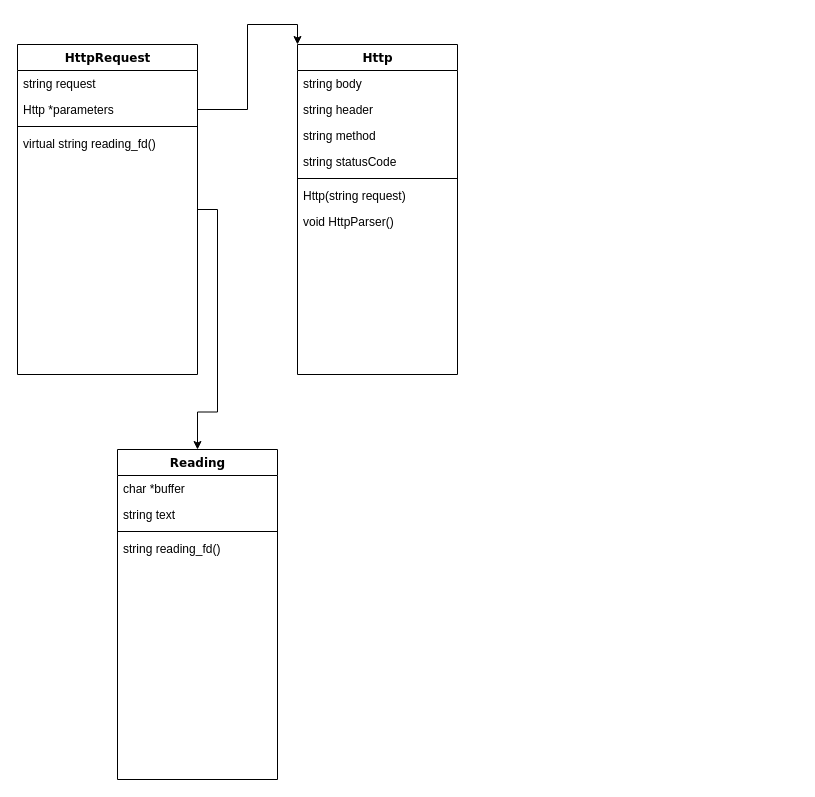
Above: Diagrama sem nome.drawio in Alef-gabriel/DataTest (draw.io), before the change. Source tidied: cells renumbered, new cells numbered last; positions are measured from the earlier drawing's top-left corner, leaving out a move shared by most shapes. Both pictures are drawn from the tidied source at 100%, with x=0, y=0 at pixel (17, 44).
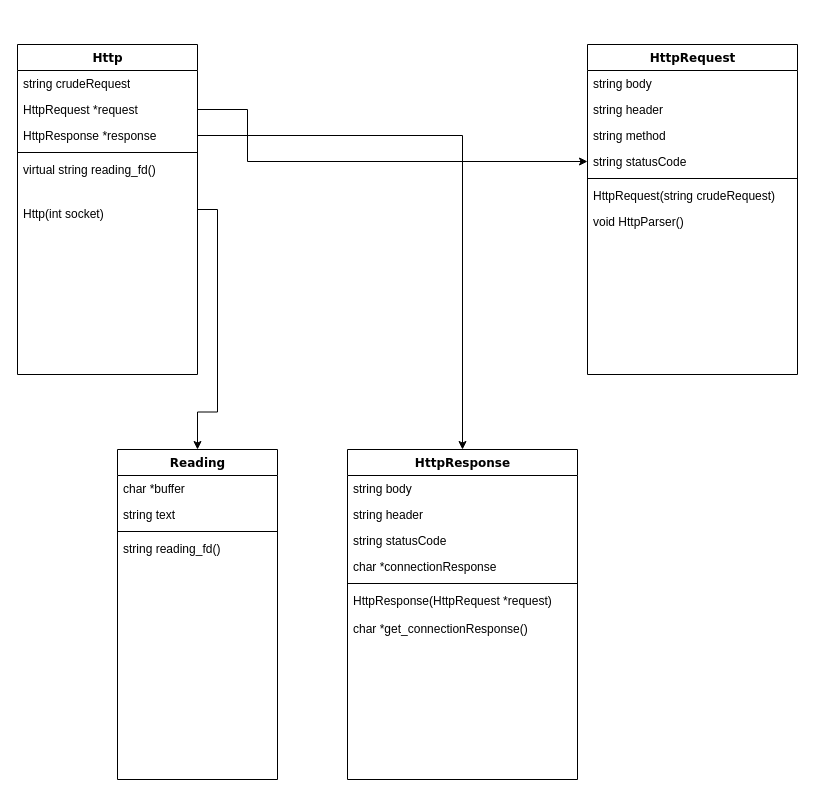
The same page after the edit.

Change to the diagram source:
```diff
@@
-    <mxCell id="3" value="HttpRequest" style="swimlane;html=1;fontStyle=1;align=center;verticalAlign=top;horizontal=1;startSize=26;swimlaneFillColor=#ffffff;rounded=0;shadow=0;comic=0;labelBackgroundColor=none;strokeWidth=1;fillColor=none;fontFamily=Verdana;fontSize=12;" parent="1" vertex="1">
+    <mxCell id="3" value="Http" style="swimlane;html=1;fontStyle=1;align=center;verticalAlign=top;horizontal=1;startSize=26;swimlaneFillColor=#ffffff;rounded=0;shadow=0;comic=0;labelBackgroundColor=none;strokeWidth=1;fillColor=none;fontFamily=Verdana;fontSize=12;" parent="1" vertex="1">
       <mxGeometry width="180" height="330" as="geometry" />
     </mxCell>
-    <mxCell id="4" value="string request" style="text;html=1;strokeColor=none;fillColor=none;align=left;verticalAlign=top;spacingLeft=4;spacingRight=4;whiteSpace=wrap;overflow=hidden;" parent="3" vertex="1">
+    <mxCell id="4" value="string&amp;nbsp;crudeRequest" style="text;html=1;strokeColor=none;fillColor=none;align=left;verticalAlign=top;spacingLeft=4;spacingRight=4;whiteSpace=wrap;overflow=hidden;" parent="3" vertex="1">
       <mxGeometry y="26" width="180" height="26" as="geometry" />
     </mxCell>
+    <mxCell id="22" value="HttpRequest&amp;nbsp;*request" style="text;html=1;strokeColor=none;fillColor=none;align=left;verticalAlign=top;spacingLeft=4;spacingRight=4;whiteSpace=wrap;overflow=hidden;points=[[0,0.5],[1,0.5]];portConstraint=eastwest;" parent="3" vertex="1">
+      <mxGeometry y="52" width="180" height="26" as="geometry" />
+    </mxCell>
-    <mxCell id="5" value="Http *parameters" style="text;html=1;strokeColor=none;fillColor=none;align=left;verticalAlign=top;spacingLeft=4;spacingRight=4;whiteSpace=wrap;overflow=hidden;points=[[0,0.5],[1,0.5]];portConstraint=eastwest;" parent="3" vertex="1">
-      <mxGeometry y="52" width="180" height="26" as="geometry" />
+    <mxCell id="5" value="HttpResponse *response" style="text;html=1;strokeColor=none;fillColor=none;align=left;verticalAlign=top;spacingLeft=4;spacingRight=4;whiteSpace=wrap;overflow=hidden;points=[[0,0.5],[1,0.5]];portConstraint=eastwest;" parent="3" vertex="1">
+      <mxGeometry y="78" width="180" height="26" as="geometry" />
     </mxCell>
     <mxCell id="6" style="line;html=1;strokeWidth=1;fillColor=none;align=left;verticalAlign=middle;spacingTop=-1;spacingLeft=3;spacingRight=3;labelPosition=right;" parent="3" vertex="1">
-      <mxGeometry y="78" width="180" height="8" as="geometry" />
+      <mxGeometry y="104" width="180" height="8" as="geometry" />
     </mxCell>
     <mxCell id="7" value="virtual string reading_fd()" style="text;html=1;strokeColor=none;fillColor=none;align=left;verticalAlign=top;spacingLeft=4;spacingRight=4;whiteSpace=wrap;overflow=hidden;" parent="3" vertex="1">
-      <mxGeometry y="86" width="180" height="44" as="geometry" />
+      <mxGeometry y="112" width="180" height="44" as="geometry" />
     </mxCell>
+    <mxCell id="23" value="Http(int socket)" style="text;html=1;strokeColor=none;fillColor=none;align=left;verticalAlign=top;spacingLeft=4;spacingRight=4;whiteSpace=wrap;overflow=hidden;" parent="3" vertex="1">
+      <mxGeometry y="156" width="180" height="34" as="geometry" />
+    </mxCell>
-    <mxCell id="8" value="Http" style="swimlane;html=1;fontStyle=1;align=center;verticalAlign=top;horizontal=1;startSize=26;swimlaneFillColor=#ffffff;rounded=0;shadow=0;comic=0;labelBackgroundColor=none;strokeWidth=1;fillColor=none;fontFamily=Verdana;fontSize=12;" parent="1" vertex="1">
-      <mxGeometry x="280" width="160" height="330" as="geometry" />
+    <mxCell id="8" value="HttpRequest" style="swimlane;html=1;fontStyle=1;align=center;verticalAlign=top;horizontal=1;startSize=26;swimlaneFillColor=#ffffff;rounded=0;shadow=0;comic=0;labelBackgroundColor=none;strokeWidth=1;fillColor=none;fontFamily=Verdana;fontSize=12;" parent="1" vertex="1">
+      <mxGeometry x="570" width="210" height="330" as="geometry" />
     </mxCell>
     <mxCell id="9" value="string body" style="text;html=1;strokeColor=none;fillColor=none;align=left;verticalAlign=top;spacingLeft=4;spacingRight=4;whiteSpace=wrap;overflow=hidden;" parent="8" vertex="1">
-      <mxGeometry y="26" width="160" height="26" as="geometry" />
+      <mxGeometry y="26" width="210" height="26" as="geometry" />
     </mxCell>
     <mxCell id="10" value="string header" style="text;html=1;strokeColor=none;fillColor=none;align=left;verticalAlign=top;spacingLeft=4;spacingRight=4;whiteSpace=wrap;overflow=hidden;" parent="8" vertex="1">
-      <mxGeometry y="52" width="160" height="26" as="geometry" />
+      <mxGeometry y="52" width="210" height="26" as="geometry" />
     </mxCell>
     <mxCell id="11" value="string method" style="text;html=1;strokeColor=none;fillColor=none;align=left;verticalAlign=top;spacingLeft=4;spacingRight=4;whiteSpace=wrap;overflow=hidden;" parent="8" vertex="1">
-      <mxGeometry y="78" width="160" height="26" as="geometry" />
+      <mxGeometry y="78" width="210" height="26" as="geometry" />
     </mxCell>
     <mxCell id="12" value="string statusCode" style="text;html=1;strokeColor=none;fillColor=none;align=left;verticalAlign=top;spacingLeft=4;spacingRight=4;whiteSpace=wrap;overflow=hidden;points=[[0,0.5],[1,0.5]];portConstraint=eastwest;" parent="8" vertex="1">
-      <mxGeometry y="104" width="160" height="26" as="geometry" />
+      <mxGeometry y="104" width="210" height="26" as="geometry" />
     </mxCell>
     <mxCell id="13" style="line;html=1;strokeWidth=1;fillColor=none;align=left;verticalAlign=middle;spacingTop=-1;spacingLeft=3;spacingRight=3;labelPosition=right;" parent="8" vertex="1">
-      <mxGeometry y="130" width="160" height="8" as="geometry" />
+      <mxGeometry y="130" width="210" height="8" as="geometry" />
     </mxCell>
-    <mxCell id="14" value="Http(string request)" style="text;html=1;strokeColor=none;fillColor=none;align=left;verticalAlign=top;spacingLeft=4;spacingRight=4;whiteSpace=wrap;overflow=hidden;" parent="8" vertex="1">
-      <mxGeometry y="138" width="160" height="26" as="geometry" />
+    <mxCell id="14" value="HttpRequest(string crudeRequest)" style="text;html=1;strokeColor=none;fillColor=none;align=left;verticalAlign=top;spacingLeft=4;spacingRight=4;whiteSpace=wrap;overflow=hidden;" parent="8" vertex="1">
+      <mxGeometry y="138" width="210" height="26" as="geometry" />
     </mxCell>
     <mxCell id="15" value="void HttpParser()" style="text;html=1;strokeColor=none;fillColor=none;align=left;verticalAlign=top;spacingLeft=4;spacingRight=4;whiteSpace=wrap;overflow=hidden;" parent="8" vertex="1">
-      <mxGeometry y="164" width="160" height="26" as="geometry" />
+      <mxGeometry y="164" width="210" height="26" as="geometry" />
     </mxCell>
@@
-    <mxCell id="21" style="edgeStyle=orthogonalEdgeStyle;rounded=0;jettySize=auto;html=1;exitX=1;exitY=0.5;exitDx=0;exitDy=0;entryX=0;entryY=0;entryDx=0;entryDy=0;" parent="1" edge="1" source="5" target="8">
-      <mxGeometry relative="1" as="geometry" />
-    </mxCell>
+    <mxCell id="24" value="HttpResponse" style="swimlane;html=1;fontStyle=1;align=center;verticalAlign=top;horizontal=1;startSize=26;swimlaneFillColor=#ffffff;rounded=0;shadow=0;comic=0;labelBackgroundColor=none;strokeWidth=1;fillColor=none;fontFamily=Verdana;fontSize=12;" parent="1" vertex="1">
+      <mxGeometry x="330" y="405" width="230" height="330" as="geometry" />
+    </mxCell>
+    <mxCell id="25" value="string body" style="text;html=1;strokeColor=none;fillColor=none;align=left;verticalAlign=top;spacingLeft=4;spacingRight=4;whiteSpace=wrap;overflow=hidden;" parent="24" vertex="1">
+      <mxGeometry y="26" width="230" height="26" as="geometry" />
+    </mxCell>
+    <mxCell id="26" value="string header" style="text;html=1;strokeColor=none;fillColor=none;align=left;verticalAlign=top;spacingLeft=4;spacingRight=4;whiteSpace=wrap;overflow=hidden;" parent="24" vertex="1">
+      <mxGeometry y="52" width="230" height="26" as="geometry" />
+    </mxCell>
+    <mxCell id="27" value="string statusCode" style="text;html=1;strokeColor=none;fillColor=none;align=left;verticalAlign=top;spacingLeft=4;spacingRight=4;whiteSpace=wrap;overflow=hidden;" parent="24" vertex="1">
+      <mxGeometry y="78" width="230" height="26" as="geometry" />
+    </mxCell>
+    <mxCell id="28" value="char *connectionResponse" style="text;html=1;strokeColor=none;fillColor=none;align=left;verticalAlign=top;spacingLeft=4;spacingRight=4;whiteSpace=wrap;overflow=hidden;" parent="24" vertex="1">
+      <mxGeometry y="104" width="230" height="26" as="geometry" />
+    </mxCell>
+    <mxCell id="29" style="line;html=1;strokeWidth=1;fillColor=none;align=left;verticalAlign=middle;spacingTop=-1;spacingLeft=3;spacingRight=3;labelPosition=right;" parent="24" vertex="1">
+      <mxGeometry y="130" width="230" height="8" as="geometry" />
+    </mxCell>
+    <mxCell id="30" value="HttpResponse(HttpRequest *request)" style="text;html=1;strokeColor=none;fillColor=none;align=left;verticalAlign=top;spacingLeft=4;spacingRight=4;whiteSpace=wrap;overflow=hidden;" parent="24" vertex="1">
+      <mxGeometry y="138" width="230" height="28" as="geometry" />
+    </mxCell>
+    <mxCell id="31" value="char *get_connectionResponse()" style="text;html=1;strokeColor=none;fillColor=none;align=left;verticalAlign=top;spacingLeft=4;spacingRight=4;whiteSpace=wrap;overflow=hidden;" parent="24" vertex="1">
+      <mxGeometry y="166" width="230" height="28" as="geometry" />
+    </mxCell>
+    <mxCell id="32" style="edgeStyle=orthogonalEdgeStyle;rounded=0;jettySize=auto;html=1;" parent="1" edge="1" source="22" target="12">
+      <mxGeometry relative="1" as="geometry">
+        <Array as="points">
+          <mxPoint x="230" y="65" />
+          <mxPoint x="230" y="117" />
+        </Array>
+      </mxGeometry>
+    </mxCell>
+    <mxCell id="33" style="edgeStyle=orthogonalEdgeStyle;rounded=0;jettySize=auto;html=1;exitX=1;exitY=0.5;exitDx=0;exitDy=0;" parent="1" edge="1" source="5" target="24">
+      <mxGeometry relative="1" as="geometry" />
+    </mxCell>
```
